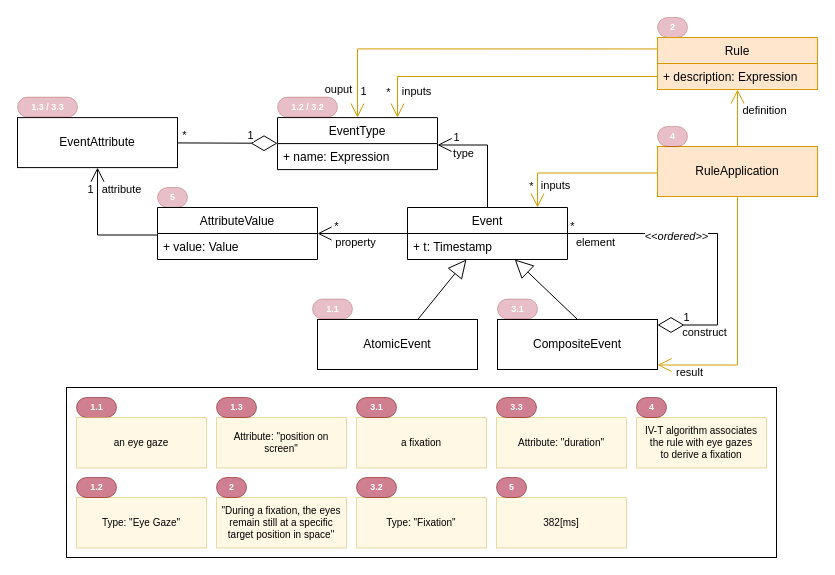
Above: page "Event-20260817" (2 of 3) of Ch3__framework/CH4__Conceptual Framework.drawio in Anonymize-me/Sorg2026b-phd-thesis-online-appendix (draw.io), before the change. Source tidied: cells renumbered, new cells numbered last; positions are measured from the earlier drawing's top-left corner, leaving out a move shared by most shapes. Both pictures are drawn from the tidied source at 100%, with x=0, y=0 at pixel (17, 17).
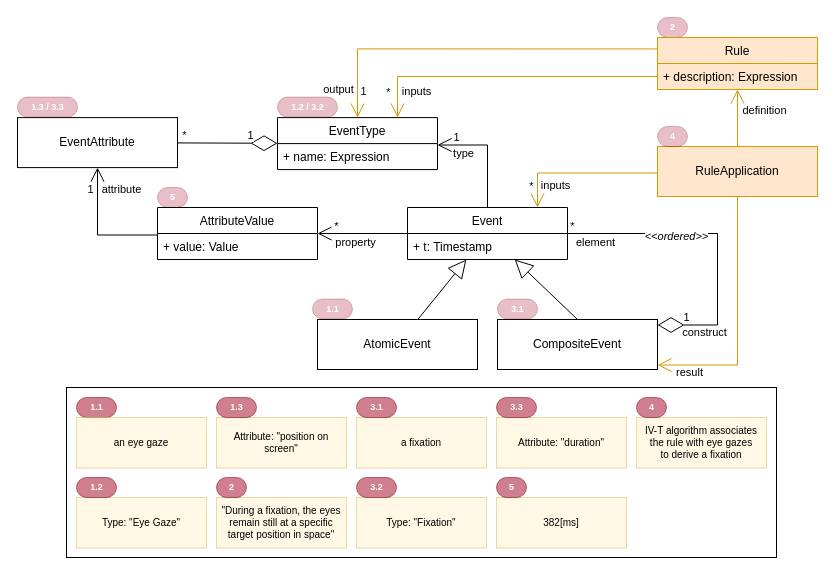
The same diagram, later.

Unchanged cells that the change refers to:
```xml
<mxCell id="31" style="endArrow=open;endFill=1;endSize=12;html=1;rounded=0;fillColor=#ffe6cc;strokeColor=#d79b00;exitX=0.001;exitY=0.22;exitDx=0;exitDy=0;entryX=0.5;entryY=0;entryDx=0;entryDy=0;edgeStyle=orthogonalEdgeStyle;exitPerimeter=0;" parent="1" edge="1" source="72" target="2">
  <mxGeometry relative="1" as="geometry" />
</mxCell>
```

What changed in the source:
```diff
@@
-    <mxCell id="33" value="ouput" style="edgeLabel;html=1;align=center;verticalAlign=middle;" parent="31" vertex="1">
+    <mxCell id="33" value="output" style="edgeLabel;html=1;align=center;verticalAlign=middle;" parent="31" vertex="1">
       <mxGeometry x="0.87" relative="1" as="geometry">
         <mxPoint x="-20" y="-5" as="offset" />
       </mxGeometry>
     </mxCell>
```
